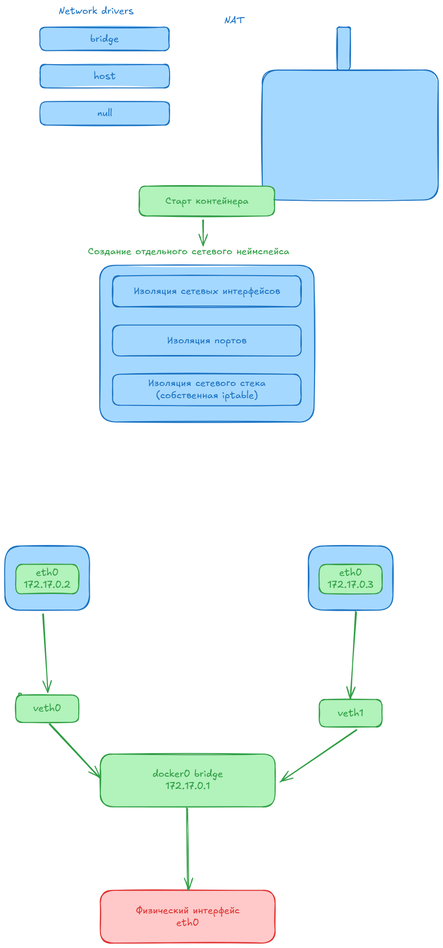
silvercodes/p23_p31_docker keeps this Excalidraw diagram as 13_networks/13.1.networks.excalidraw.png. Above is the earlier version. Source tidied: one line per element, renumbered; positions are measured from the earlier drawing's top-left corner, leaving out a move shared by most shapes.
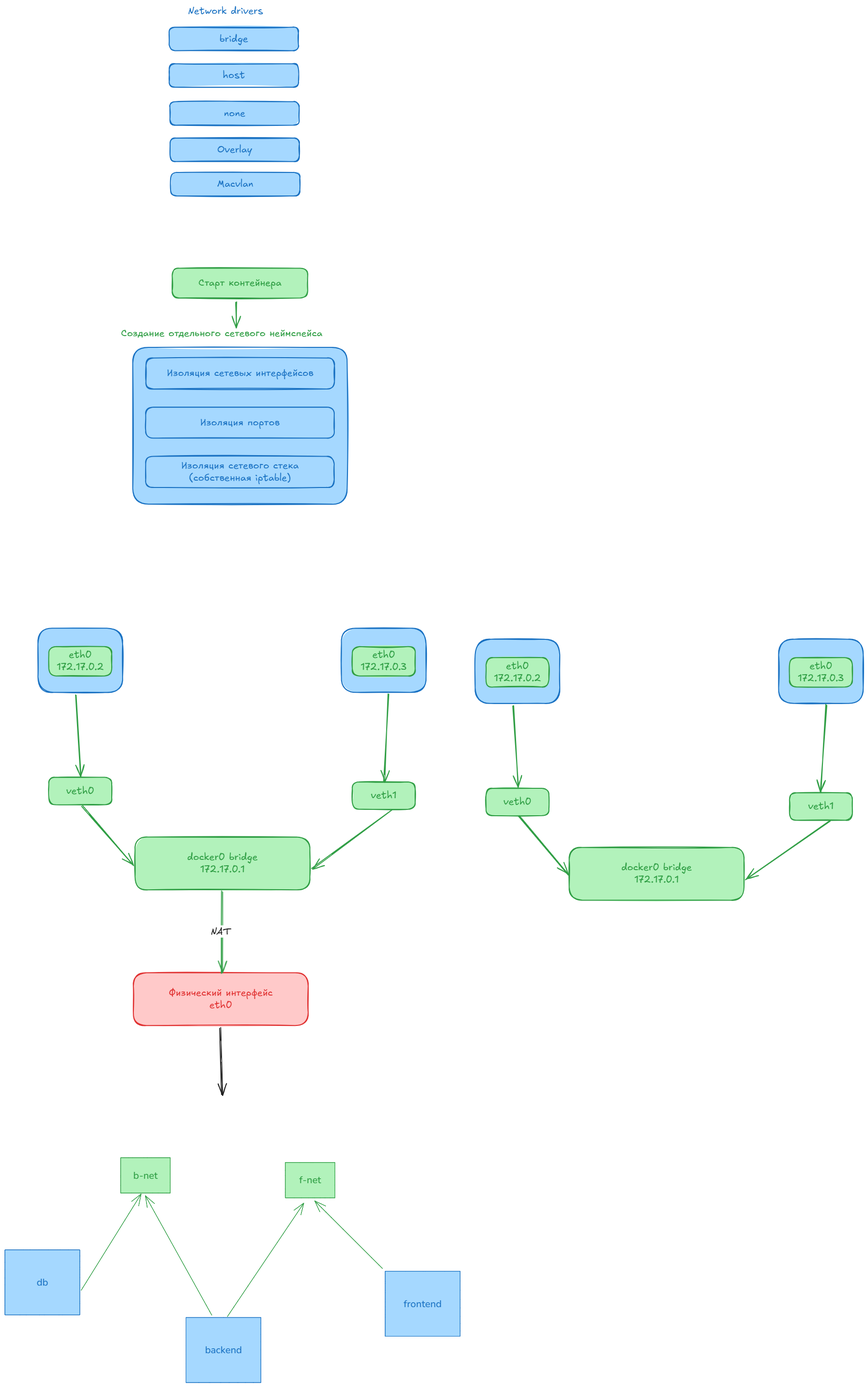
After the commit.

What changed in the source:
```diff
@@ -1,10 +1,10 @@
-{"id": 0, "type": "rectangle", "strokeColor": "#1971c2", "backgroundColor": "#a5d8ff", "fillStyle": "solid", "strokeWidth": 2, "roughness": 1, "round": true, "x": 71, "y": 45, "width": 264, "height": 48}
+{"id": 0, "type": "rectangle", "strokeColor": "#1971c2", "backgroundColor": "#a5d8ff", "fillStyle": "solid", "strokeWidth": 2, "roughness": 1, "round": true, "x": 268, "y": -122, "width": 264, "height": 48}
-{"id": 1, "type": "text", "text": "bridge", "strokeColor": "#1971c2", "backgroundColor": "#a5d8ff", "fillStyle": "solid", "strokeWidth": 2, "roughness": 1, "fontSize": 20, "fontFamily": 5, "textAlign": "center", "verticalAlign": "middle", "inside": 0, "x": 174, "y": 57, "width": 59, "height": 25}
+{"id": 1, "type": "text", "text": "bridge", "strokeColor": "#1971c2", "backgroundColor": "#a5d8ff", "fillStyle": "solid", "strokeWidth": 2, "roughness": 1, "fontSize": 20, "fontFamily": 5, "textAlign": "center", "verticalAlign": "middle", "inside": 0, "x": 370, "y": -110, "width": 59, "height": 25}
-{"id": 2, "type": "rectangle", "strokeColor": "#1971c2", "backgroundColor": "#a5d8ff", "fillStyle": "solid", "strokeWidth": 2, "roughness": 1, "round": true, "x": 72, "y": 121, "width": 264, "height": 48}
+{"id": 2, "type": "rectangle", "strokeColor": "#1971c2", "backgroundColor": "#a5d8ff", "fillStyle": "solid", "strokeWidth": 2, "roughness": 1, "round": true, "x": 268, "y": -47, "width": 264, "height": 48}
-{"id": 3, "type": "text", "text": "host", "strokeColor": "#1971c2", "backgroundColor": "#a5d8ff", "fillStyle": "solid", "strokeWidth": 2, "roughness": 1, "fontSize": 20, "fontFamily": 5, "textAlign": "center", "verticalAlign": "middle", "inside": 2, "x": 181, "y": 133, "width": 45, "height": 25}
+{"id": 3, "type": "text", "text": "host", "strokeColor": "#1971c2", "backgroundColor": "#a5d8ff", "fillStyle": "solid", "strokeWidth": 2, "roughness": 1, "fontSize": 20, "fontFamily": 5, "textAlign": "center", "verticalAlign": "middle", "inside": 2, "x": 377, "y": -36, "width": 45, "height": 25}
-{"id": 4, "type": "rectangle", "strokeColor": "#1971c2", "backgroundColor": "#a5d8ff", "fillStyle": "solid", "strokeWidth": 2, "roughness": 1, "round": true, "x": 72, "y": 197, "width": 264, "height": 48}
-{"id": 5, "type": "text", "text": "null", "strokeColor": "#1971c2", "backgroundColor": "#a5d8ff", "fillStyle": "solid", "strokeWidth": 2, "roughness": 1, "fontSize": 20, "fontFamily": 5, "textAlign": "center", "verticalAlign": "middle", "inside": 4, "x": 189, "y": 209, "width": 30, "height": 25}
+{"id": 37, "type": "rectangle", "strokeColor": "#1971c2", "backgroundColor": "#a5d8ff", "fillStyle": "solid", "strokeWidth": 2, "roughness": 1, "round": true, "x": 269, "y": 30, "width": 264, "height": 48}
+{"id": 38, "type": "text", "text": "none", "strokeColor": "#1971c2", "backgroundColor": "#a5d8ff", "fillStyle": "solid", "strokeWidth": 2, "roughness": 1, "fontSize": 20, "fontFamily": 5, "textAlign": "center", "verticalAlign": "middle", "inside": 37, "x": 379, "y": 42, "width": 44, "height": 25}
-{"id": 6, "type": "text", "text": "Network drivers", "strokeColor": "#1971c2", "backgroundColor": "#a5d8ff", "fillStyle": "solid", "strokeWidth": 2, "roughness": 1, "fontSize": 20, "fontFamily": 5, "x": 110, "y": 0, "width": 153, "height": 25}
+{"id": 6, "type": "text", "text": "Network drivers", "strokeColor": "#1971c2", "backgroundColor": "#a5d8ff", "fillStyle": "solid", "strokeWidth": 2, "roughness": 1, "fontSize": 20, "fontFamily": 5, "x": 306, "y": -167, "width": 153, "height": 25}
 {"id": 7, "type": "rectangle", "strokeColor": "#2f9e44", "backgroundColor": "#b2f2bb", "fillStyle": "solid", "strokeWidth": 2, "roughness": 1, "round": true, "x": 274, "y": 370, "width": 277, "height": 61}
 {"id": 8, "type": "text", "text": "Старт контейнера", "strokeColor": "#2f9e44", "backgroundColor": "#b2f2bb", "fillStyle": "solid", "strokeWidth": 2, "roughness": 1, "fontSize": 20, "fontFamily": 5, "textAlign": "center", "verticalAlign": "middle", "inside": 7, "x": 327, "y": 388, "width": 170, "height": 25}
 {"id": 9, "type": "rectangle", "strokeColor": "#1971c2", "backgroundColor": "#a5d8ff", "fillStyle": "solid", "strokeWidth": 2, "roughness": 1, "round": true, "x": 193, "y": 532, "width": 437, "height": 320}
@@ -16,22 +16,42 @@
 {"id": 15, "type": "text", "text": "Изоляция портов", "strokeColor": "#1971c2", "backgroundColor": "#a5d8ff", "fillStyle": "solid", "strokeWidth": 2, "roughness": 1, "fontSize": 20, "fontFamily": 5, "textAlign": "center", "verticalAlign": "middle", "inside": 14, "x": 331, "y": 673, "width": 162, "height": 25}
 {"id": 16, "type": "rectangle", "strokeColor": "#1971c2", "backgroundColor": "#a5d8ff", "fillStyle": "solid", "strokeWidth": 2, "roughness": 1, "round": true, "x": 220, "y": 754, "width": 385, "height": 63}
 {"id": 17, "type": "text", "text": "Изоляция сетевого стека\n(собственная iptable)", "strokeColor": "#1971c2", "backgroundColor": "#a5d8ff", "fillStyle": "solid", "strokeWidth": 2, "roughness": 1, "fontSize": 20, "fontFamily": 5, "textAlign": "center", "verticalAlign": "middle", "inside": 16, "x": 292, "y": 761, "width": 240, "height": 50}
-{"id": 18, "type": "rectangle", "strokeColor": "#1971c2", "backgroundColor": "#a5d8ff", "fillStyle": "solid", "strokeWidth": 2, "roughness": 1, "round": true, "x": 0, "y": 1105, "width": 173, "height": 131}
-{"id": 19, "type": "rectangle", "strokeColor": "#1971c2", "backgroundColor": "#a5d8ff", "fillStyle": "solid", "strokeWidth": 2, "roughness": 1, "round": true, "x": 619, "y": 1105, "width": 173, "height": 131}
-{"id": 20, "type": "rectangle", "strokeColor": "#2f9e44", "backgroundColor": "#b2f2bb", "fillStyle": "solid", "strokeWidth": 2, "roughness": 1, "round": true, "x": 195, "y": 1530, "width": 357, "height": 108}
+{"id": 39, "type": "rectangle", "strokeColor": "#1971c2", "backgroundColor": "#a5d8ff", "fillStyle": "solid", "strokeWidth": 2, "roughness": 1, "round": true, "x": 0, "y": 1105, "width": 173, "height": 131}
+{"id": 40, "type": "rectangle", "strokeColor": "#1971c2", "backgroundColor": "#a5d8ff", "fillStyle": "solid", "strokeWidth": 2, "roughness": 1, "round": true, "x": 619, "y": 1105, "width": 173, "height": 131}
+{"id": 41, "type": "rectangle", "strokeColor": "#2f9e44", "backgroundColor": "#b2f2bb", "fillStyle": "solid", "strokeWidth": 2, "roughness": 1, "round": true, "x": 198, "y": 1531, "width": 357, "height": 108}
-{"id": 21, "type": "text", "text": "docker0 bridge\n172.17.0.1", "strokeColor": "#2f9e44", "backgroundColor": "#b2f2bb", "fillStyle": "solid", "strokeWidth": 2, "roughness": 1, "fontSize": 20, "fontFamily": 5, "textAlign": "center", "verticalAlign": "middle", "inside": 20, "x": 301, "y": 1559, "width": 144, "height": 50}
+{"id": 21, "type": "text", "text": "docker0 bridge\n172.17.0.1", "strokeColor": "#2f9e44", "backgroundColor": "#b2f2bb", "fillStyle": "solid", "strokeWidth": 2, "roughness": 1, "fontSize": 20, "fontFamily": 5, "textAlign": "center", "verticalAlign": "middle", "inside": 41, "x": 305, "y": 1560, "width": 144, "height": 50}
-{"id": 22, "type": "rectangle", "strokeColor": "#2f9e44", "backgroundColor": "#b2f2bb", "fillStyle": "solid", "strokeWidth": 2, "roughness": 1, "round": true, "x": 22, "y": 1409, "width": 128, "height": 56}
+{"id": 42, "type": "rectangle", "strokeColor": "#2f9e44", "backgroundColor": "#b2f2bb", "fillStyle": "solid", "strokeWidth": 2, "roughness": 1, "round": true, "x": 22, "y": 1409, "width": 128, "height": 56}
-{"id": 23, "type": "text", "text": "veth0", "strokeColor": "#2f9e44", "backgroundColor": "#b2f2bb", "fillStyle": "solid", "strokeWidth": 2, "roughness": 1, "fontSize": 20, "fontFamily": 5, "textAlign": "center", "verticalAlign": "middle", "inside": 22, "x": 58, "y": 1425, "width": 57, "height": 25}
+{"id": 23, "type": "text", "text": "veth0", "strokeColor": "#2f9e44", "backgroundColor": "#b2f2bb", "fillStyle": "solid", "strokeWidth": 2, "roughness": 1, "fontSize": 20, "fontFamily": 5, "textAlign": "center", "verticalAlign": "middle", "inside": 42, "x": 58, "y": 1425, "width": 57, "height": 25}
-{"id": 24, "type": "rectangle", "strokeColor": "#2f9e44", "backgroundColor": "#b2f2bb", "fillStyle": "solid", "strokeWidth": 2, "roughness": 1, "round": true, "x": 641, "y": 1419, "width": 128, "height": 56}
+{"id": 43, "type": "rectangle", "strokeColor": "#2f9e44", "backgroundColor": "#b2f2bb", "fillStyle": "solid", "strokeWidth": 2, "roughness": 1, "round": true, "x": 641, "y": 1419, "width": 128, "height": 56}
-{"id": 25, "type": "text", "text": "veth1", "strokeColor": "#2f9e44", "backgroundColor": "#b2f2bb", "fillStyle": "solid", "strokeWidth": 2, "roughness": 1, "fontSize": 20, "fontFamily": 5, "textAlign": "center", "verticalAlign": "middle", "inside": 24, "x": 679, "y": 1434, "width": 52, "height": 25}
+{"id": 25, "type": "text", "text": "veth1", "strokeColor": "#2f9e44", "backgroundColor": "#b2f2bb", "fillStyle": "solid", "strokeWidth": 2, "roughness": 1, "fontSize": 20, "fontFamily": 5, "textAlign": "center", "verticalAlign": "middle", "inside": 43, "x": 679, "y": 1434, "width": 52, "height": 25}
-{"id": 26, "type": "rectangle", "strokeColor": "#2f9e44", "backgroundColor": "#b2f2bb", "fillStyle": "solid", "strokeWidth": 2, "roughness": 1, "round": true, "x": 22, "y": 1143, "width": 128, "height": 60}
+{"id": 44, "type": "rectangle", "strokeColor": "#2f9e44", "backgroundColor": "#b2f2bb", "fillStyle": "solid", "strokeWidth": 2, "roughness": 1, "round": true, "x": 22, "y": 1143, "width": 128, "height": 60}
-{"id": 27, "type": "text", "text": "eth0\n172.17.0.2", "strokeColor": "#2f9e44", "backgroundColor": "#b2f2bb", "fillStyle": "solid", "strokeWidth": 2, "roughness": 1, "fontSize": 20, "fontFamily": 5, "textAlign": "center", "verticalAlign": "middle", "inside": 26, "x": 38, "y": 1148, "width": 96, "height": 50}
+{"id": 27, "type": "text", "text": "eth0\n172.17.0.2", "strokeColor": "#2f9e44", "backgroundColor": "#b2f2bb", "fillStyle": "solid", "strokeWidth": 2, "roughness": 1, "fontSize": 20, "fontFamily": 5, "textAlign": "center", "verticalAlign": "middle", "inside": 44, "x": 38, "y": 1148, "width": 96, "height": 50}
-{"id": 28, "type": "rectangle", "strokeColor": "#2f9e44", "backgroundColor": "#b2f2bb", "fillStyle": "solid", "strokeWidth": 2, "roughness": 1, "round": true, "x": 641, "y": 1143, "width": 128, "height": 60}
+{"id": 45, "type": "rectangle", "strokeColor": "#2f9e44", "backgroundColor": "#b2f2bb", "fillStyle": "solid", "strokeWidth": 2, "roughness": 1, "round": true, "x": 641, "y": 1143, "width": 128, "height": 60}
-{"id": 29, "type": "text", "text": "eth0\n172.17.0.3", "strokeColor": "#2f9e44", "backgroundColor": "#b2f2bb", "fillStyle": "solid", "strokeWidth": 2, "roughness": 1, "fontSize": 20, "fontFamily": 5, "textAlign": "center", "verticalAlign": "middle", "inside": 28, "x": 658, "y": 1148, "width": 94, "height": 50}
+{"id": 29, "type": "text", "text": "eth0\n172.17.0.3", "strokeColor": "#2f9e44", "backgroundColor": "#b2f2bb", "fillStyle": "solid", "strokeWidth": 2, "roughness": 1, "fontSize": 20, "fontFamily": 5, "textAlign": "center", "verticalAlign": "middle", "inside": 45, "x": 658, "y": 1148, "width": 94, "height": 50}
-{"id": 30, "type": "arrow", "strokeColor": "#2f9e44", "backgroundColor": "#b2f2bb", "fillStyle": "solid", "strokeWidth": 2, "roughness": 1, "endArrowhead": "arrow", "round": true, "from": 18, "to": 22, "x": 77, "y": 1243, "width": 10, "height": 160, "points": [[0, 0], [10, 160]]}
-{"id": 31, "type": "arrow", "strokeColor": "#2f9e44", "backgroundColor": "#b2f2bb", "fillStyle": "solid", "strokeWidth": 2, "roughness": 1, "endArrowhead": "arrow", "round": true, "from": 22, "to": 20, "x": 91, "y": 1469, "width": 102, "height": 111, "points": [[0, 0], [102, 111]]}
-{"id": 32, "type": "arrow", "strokeColor": "#2f9e44", "backgroundColor": "#b2f2bb", "fillStyle": "solid", "strokeWidth": 2, "roughness": 1, "endArrowhead": "arrow", "round": true, "from": 19, "to": 24, "x": 716, "y": 1239, "width": 10, "height": 179, "points": [[0, 0], [-10, 179]]}
-{"id": 33, "type": "arrow", "strokeColor": "#2f9e44", "backgroundColor": "#b2f2bb", "fillStyle": "solid", "strokeWidth": 2, "roughness": 1, "endArrowhead": "arrow", "round": true, "from": 24, "to": 20, "x": 717, "y": 1480, "width": 155, "height": 107, "points": [[0, 0], [-155, 107]]}
+{"id": 46, "type": "arrow", "strokeColor": "#2f9e44", "backgroundColor": "#b2f2bb", "fillStyle": "solid", "strokeWidth": 2, "roughness": 1, "endArrowhead": "arrow", "round": true, "from": 39, "to": 42, "x": 77, "y": 1241, "width": 10, "height": 166, "points": [[0, 0], [10, 166]]}
+{"id": 47, "type": "arrow", "strokeColor": "#2f9e44", "backgroundColor": "#b2f2bb", "fillStyle": "solid", "strokeWidth": 2, "roughness": 1, "endArrowhead": "arrow", "round": true, "from": 42, "to": 41, "x": 90, "y": 1467, "width": 105, "height": 122, "points": [[0, 0], [105, 122]]}
+{"id": 48, "type": "arrow", "strokeColor": "#2f9e44", "backgroundColor": "#b2f2bb", "fillStyle": "solid", "strokeWidth": 2, "roughness": 1, "endArrowhead": "arrow", "round": true, "from": 40, "to": 43, "x": 716, "y": 1239, "width": 10, "height": 179, "points": [[0, 0], [-10, 179]]}
+{"id": 49, "type": "arrow", "strokeColor": "#2f9e44", "backgroundColor": "#b2f2bb", "fillStyle": "solid", "strokeWidth": 2, "roughness": 1, "endArrowhead": "arrow", "round": true, "from": 43, "to": 41, "x": 722, "y": 1477, "width": 162, "height": 118, "points": [[0, 0], [-162, 118]]}
 {"id": 34, "type": "rectangle", "strokeColor": "#e03131", "backgroundColor": "#ffc9c9", "fillStyle": "solid", "strokeWidth": 2, "roughness": 1, "round": true, "x": 195, "y": 1808, "width": 357, "height": 108}
 {"id": 35, "type": "text", "text": "Физический интерфейс\neth0", "strokeColor": "#e03131", "backgroundColor": "#b2f2bb", "fillStyle": "solid", "strokeWidth": 2, "roughness": 1, "fontSize": 20, "fontFamily": 5, "textAlign": "center", "verticalAlign": "middle", "inside": 34, "x": 267, "y": 1837, "width": 212, "height": 50}
-{"id": 36, "type": "arrow", "strokeColor": "#2f9e44", "backgroundColor": "#b2f2bb", "fillStyle": "solid", "strokeWidth": 2, "roughness": 1, "endArrowhead": "arrow", "round": true, "from": 20, "to": 34, "x": 371, "y": 1640, "width": 3, "height": 168, "points": [[0, 0], [3, 168]]}
+{"id": 36, "type": "arrow", "strokeColor": "#2f9e44", "backgroundColor": "#b2f2bb", "fillStyle": "solid", "strokeWidth": 2, "roughness": 1, "endArrowhead": "arrow", "round": true, "from": 41, "to": 34, "x": 374, "y": 1641, "width": 0, "height": 166, "points": [[0, 0], [0, 166]]}
+{"id": 50, "type": "text", "text": "NAT", "strokeColor": "#1e1e1e", "strokeWidth": 2, "roughness": 1, "fontSize": 20, "fontFamily": 5, "textAlign": "center", "verticalAlign": "middle", "inside": 36, "x": 351, "y": 1711, "width": 42, "height": 25}
+{"id": 51, "type": "arrow", "strokeColor": "#1e1e1e", "strokeWidth": 2, "roughness": 1, "endArrowhead": "arrow", "round": true, "from": 34, "x": 372, "y": 1922, "width": 4, "height": 135, "points": [[0, 0], [4, 135]]}
+{"id": 52, "type": "rectangle", "strokeColor": "#1971c2", "backgroundColor": "#a5d8ff", "fillStyle": "solid", "strokeWidth": 2, "roughness": 1, "round": true, "x": 270, "y": 104, "width": 264, "height": 48}
+{"id": 53, "type": "text", "text": "Overlay", "strokeColor": "#1971c2", "backgroundColor": "#a5d8ff", "fillStyle": "solid", "strokeWidth": 2, "roughness": 1, "fontSize": 20, "fontFamily": 5, "textAlign": "center", "verticalAlign": "middle", "inside": 52, "x": 366, "y": 116, "width": 71, "height": 25}
+{"id": 4, "type": "rectangle", "strokeColor": "#1971c2", "backgroundColor": "#a5d8ff", "fillStyle": "solid", "strokeWidth": 2, "roughness": 1, "round": true, "x": 271, "y": 175, "width": 264, "height": 48}
+{"id": 5, "type": "text", "text": "Macvlan", "strokeColor": "#1971c2", "backgroundColor": "#a5d8ff", "fillStyle": "solid", "strokeWidth": 2, "roughness": 1, "fontSize": 20, "fontFamily": 5, "textAlign": "center", "verticalAlign": "middle", "inside": 4, "x": 366, "y": 186, "width": 74, "height": 25}
+{"id": 54, "type": "rectangle", "strokeColor": "#1971c2", "backgroundColor": "#a5d8ff", "fillStyle": "solid", "strokeWidth": 1, "roughness": 0, "x": -67, "y": 2374, "width": 153, "height": 133}
+{"id": 55, "type": "text", "text": "db", "strokeColor": "#1971c2", "backgroundColor": "#a5d8ff", "fillStyle": "solid", "strokeWidth": 2, "roughness": 1, "fontSize": 20, "fontFamily": 6, "textAlign": "center", "verticalAlign": "middle", "inside": 54, "x": -3, "y": 2427, "width": 23, "height": 27}
+{"id": 56, "type": "rectangle", "strokeColor": "#1971c2", "backgroundColor": "#a5d8ff", "fillStyle": "solid", "strokeWidth": 1, "roughness": 0, "x": 708, "y": 2417, "width": 153, "height": 133}
+{"id": 57, "type": "text", "text": "frontend", "strokeColor": "#1971c2", "backgroundColor": "#a5d8ff", "fillStyle": "solid", "strokeWidth": 2, "roughness": 1, "fontSize": 20, "fontFamily": 6, "textAlign": "center", "verticalAlign": "middle", "inside": 56, "x": 746, "y": 2470, "width": 78, "height": 27}
+{"id": 58, "type": "rectangle", "strokeColor": "#1971c2", "backgroundColor": "#a5d8ff", "fillStyle": "solid", "strokeWidth": 1, "roughness": 0, "x": 302, "y": 2512, "width": 153, "height": 133}
+{"id": 59, "type": "text", "text": "backend", "strokeColor": "#1971c2", "backgroundColor": "#a5d8ff", "fillStyle": "solid", "strokeWidth": 2, "roughness": 1, "fontSize": 20, "fontFamily": 6, "textAlign": "center", "verticalAlign": "middle", "inside": 58, "x": 341, "y": 2565, "width": 75, "height": 27}
+{"id": 60, "type": "rectangle", "strokeColor": "#2f9e44", "backgroundColor": "#b2f2bb", "fillStyle": "solid", "strokeWidth": 1, "roughness": 0, "x": 169, "y": 2186, "width": 101, "height": 72}
+{"id": 61, "type": "text", "text": "b-net", "strokeColor": "#2f9e44", "backgroundColor": "#b2f2bb", "fillStyle": "solid", "strokeWidth": 1, "roughness": 0, "fontSize": 20, "fontFamily": 6, "textAlign": "center", "verticalAlign": "middle", "inside": 60, "x": 194, "y": 2208, "width": 50, "height": 27}
+{"id": 62, "type": "rectangle", "strokeColor": "#2f9e44", "backgroundColor": "#b2f2bb", "fillStyle": "solid", "strokeWidth": 1, "roughness": 0, "x": 505, "y": 2195, "width": 101, "height": 72}
+{"id": 63, "type": "text", "text": "f-net", "strokeColor": "#2f9e44", "backgroundColor": "#b2f2bb", "fillStyle": "solid", "strokeWidth": 1, "roughness": 0, "fontSize": 20, "fontFamily": 6, "textAlign": "center", "verticalAlign": "middle", "inside": 62, "x": 533, "y": 2218, "width": 44, "height": 27}
+{"id": 64, "type": "arrow", "strokeColor": "#2f9e44", "backgroundColor": "#b2f2bb", "fillStyle": "solid", "strokeWidth": 1, "roughness": 0, "endArrowhead": "arrow", "round": true, "from": 54, "to": 60, "x": 88, "y": 2457, "width": 123, "height": 197, "points": [[0, 0], [123, -197]]}
+{"id": 65, "type": "arrow", "strokeColor": "#2f9e44", "backgroundColor": "#b2f2bb", "fillStyle": "solid", "strokeWidth": 1, "roughness": 0, "endArrowhead": "arrow", "round": true, "from": 58, "to": 60, "x": 355, "y": 2507, "width": 136, "height": 244, "points": [[0, 0], [-136, -244]]}
+{"id": 66, "type": "arrow", "strokeColor": "#2f9e44", "backgroundColor": "#b2f2bb", "fillStyle": "solid", "strokeWidth": 1, "roughness": 0, "endArrowhead": "arrow", "round": true, "from": 56, "to": 62, "x": 703, "y": 2412, "width": 138, "height": 138, "points": [[0, 0], [-138, -138]]}
+{"id": 67, "type": "arrow", "strokeColor": "#2f9e44", "backgroundColor": "#b2f2bb", "fillStyle": "solid", "strokeWidth": 1, "roughness": 0, "endArrowhead": "arrow", "round": true, "from": 58, "to": 62, "x": 386, "y": 2510, "width": 156, "height": 232, "points": [[0, 0], [156, -232]]}
```
